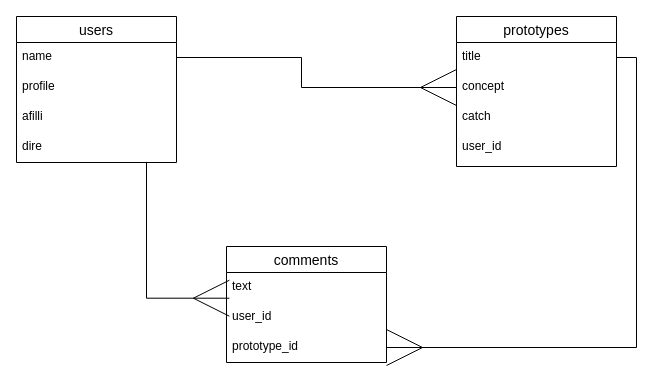
Before: er.dio in tomons291/protospace-fukui2021-monaka, a draw.io diagram. Source tidied: cells renumbered, new cells numbered last; positions are measured from the earlier drawing's top-left corner, leaving out a move shared by most shapes. Both pictures are drawn from the tidied source at 100%, with x=0, y=0 at pixel (16, 16).
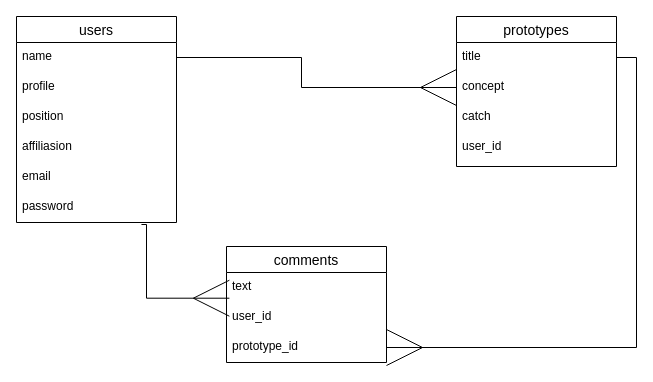
After the change.

Commit message:
データ変更したよ

The change refers to these unchanged cells:
```xml
<mxCell id="9" value="user_id" style="text;strokeColor=none;fillColor=none;spacingLeft=4;spacingRight=4;overflow=hidden;points=[[0,0.5],[1,0.5]];portConstraint=eastwest;fontSize=12;" parent="7" vertex="1">
  <mxGeometry y="56" width="160" height="30" as="geometry" />
</mxCell>
```

What changed in the source:
```diff
@@
     <mxCell id="11" value="users" style="swimlane;fontStyle=0;horizontal=1;startSize=26;align=center;fontSize=14;" parent="1" vertex="1">
-      <mxGeometry width="160" height="146" as="geometry" />
+      <mxGeometry width="160" height="206" as="geometry" />
     </mxCell>
@@
-    <mxCell id="14" value="afilli" style="text;strokeColor=none;fillColor=none;spacingLeft=4;spacingRight=4;overflow=hidden;fontSize=12;" parent="11" vertex="1">
+    <mxCell id="14" value="position" style="text;strokeColor=none;fillColor=none;spacingLeft=4;spacingRight=4;overflow=hidden;fontSize=12;" parent="11" vertex="1">
       <mxGeometry y="86" width="160" height="30" as="geometry" />
     </mxCell>
-    <mxCell id="15" value="dire" style="text;strokeColor=none;fillColor=none;spacingLeft=4;spacingRight=4;overflow=hidden;points=[[0,0.5],[1,0.5]];portConstraint=eastwest;fontSize=12;" parent="11" vertex="1">
+    <mxCell id="15" value="affiliasion" style="text;strokeColor=none;fillColor=none;spacingLeft=4;spacingRight=4;overflow=hidden;points=[[0,0.5],[1,0.5]];portConstraint=eastwest;fontSize=12;" parent="11" vertex="1">
       <mxGeometry y="116" width="160" height="30" as="geometry" />
     </mxCell>
+    <mxCell id="19" value="email" style="text;strokeColor=none;fillColor=none;spacingLeft=4;spacingRight=4;overflow=hidden;fontSize=12;" parent="11" vertex="1">
+      <mxGeometry y="146" width="160" height="30" as="geometry" />
+    </mxCell>
+    <mxCell id="20" value="password" style="text;strokeColor=none;fillColor=none;spacingLeft=4;spacingRight=4;overflow=hidden;points=[[0,0.5],[1,0.5]];portConstraint=eastwest;fontSize=12;" parent="11" vertex="1">
+      <mxGeometry y="176" width="160" height="30" as="geometry" />
+    </mxCell>
-    <mxCell id="16" style="edgeStyle=orthogonalEdgeStyle;rounded=0;jettySize=auto;html=1;entryX=0.018;entryY=-0.143;entryDx=0;entryDy=0;entryPerimeter=0;endArrow=ERmany;endFill=0;strokeWidth=1;endSize=34;" parent="1" edge="1" source="15" target="9">
+    <mxCell id="16" style="edgeStyle=orthogonalEdgeStyle;rounded=0;jettySize=auto;html=1;entryX=0.018;entryY=-0.143;entryDx=0;entryDy=0;entryPerimeter=0;endArrow=ERmany;endFill=0;strokeWidth=1;endSize=34;exitX=0.781;exitY=1.067;exitDx=0;exitDy=0;exitPerimeter=0;" parent="1" edge="1" source="20" target="9">
       <mxGeometry relative="1" as="geometry">
         <Array as="points">
+          <mxPoint x="130" y="208" />
           <mxPoint x="130" y="282" />
         </Array>
       </mxGeometry>
     </mxCell>
```
